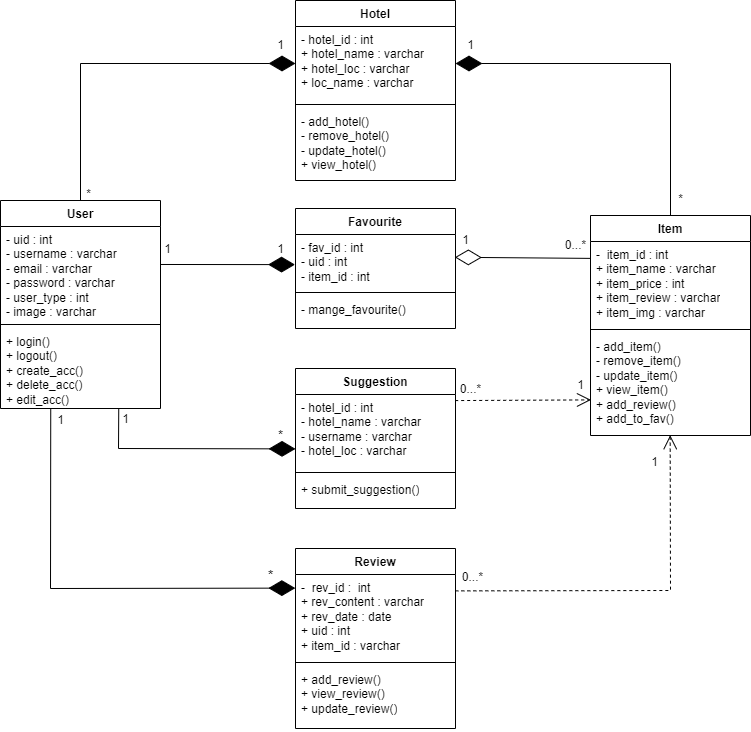
The draw.io diagram docs/FINAL DOCUMENTATION/UML DIAGRAMS/Class/Class Diagram.drawio.png in darshan-dinesh-mp/eatables, before a commit. Source tidied: cells renumbered, new cells last; positions are measured from the earlier drawing's top-left corner, leaving out a move shared by most shapes. The source it was exported from:
```xml
<mxGraphModel>
  <root>
    <mxCell id="0" />
    <mxCell id="1" parent="0" />
    <mxCell id="2" value="Suggestion" style="swimlane;fontStyle=1;align=center;verticalAlign=top;horizontal=1;startSize=26;whiteSpace=wrap;html=1;" parent="1" vertex="1">
      <mxGeometry x="295" y="368" width="160" height="140" as="geometry" />
    </mxCell>
    <mxCell id="3" value="- hotel_id : int&lt;br&gt;- hotel_name : varchar&lt;br&gt;- username : varchar&lt;br&gt;- hotel_loc : varchar&lt;span style=&quot;white-space: pre;&quot;&gt; &lt;/span&gt;" style="text;strokeColor=none;fillColor=none;align=left;verticalAlign=top;spacingLeft=4;spacingRight=4;overflow=hidden;points=[[0,0.5],[1,0.5]];portConstraint=eastwest;whiteSpace=wrap;html=1;" parent="2" vertex="1">
      <mxGeometry y="26" width="160" height="74" as="geometry" />
    </mxCell>
    <mxCell id="4" style="line;strokeWidth=1;fillColor=none;align=left;verticalAlign=middle;spacingTop=-1;spacingLeft=3;spacingRight=3;labelPosition=right;strokeColor=inherit;" parent="2" vertex="1">
      <mxGeometry y="100" width="160" height="8" as="geometry" />
    </mxCell>
    <mxCell id="5" value="+ submit_suggestion()" style="text;strokeColor=none;fillColor=none;align=left;verticalAlign=top;spacingLeft=4;spacingRight=4;overflow=hidden;whiteSpace=wrap;html=1;" parent="2" vertex="1">
      <mxGeometry y="108" width="160" height="32" as="geometry" />
    </mxCell>
    <mxCell id="6" value="User" style="swimlane;fontStyle=1;align=center;verticalAlign=top;horizontal=1;startSize=26;whiteSpace=wrap;html=1;" parent="1" vertex="1">
      <mxGeometry y="200" width="160" height="208" as="geometry" />
    </mxCell>
    <mxCell id="7" value="- uid : int&lt;br&gt;- username : varchar&lt;br&gt;- email : varchar&lt;br&gt;- password : varchar&lt;br&gt;- user_type : int&lt;br&gt;- image : varchar" style="text;strokeColor=none;fillColor=none;align=left;verticalAlign=top;spacingLeft=4;spacingRight=4;overflow=hidden;points=[[0,0.5],[1,0.5]];portConstraint=eastwest;whiteSpace=wrap;html=1;" parent="6" vertex="1">
      <mxGeometry y="26" width="160" height="94" as="geometry" />
    </mxCell>
    <mxCell id="8" style="line;strokeWidth=1;fillColor=none;align=left;verticalAlign=middle;spacingTop=-1;spacingLeft=3;spacingRight=3;labelPosition=right;strokeColor=inherit;" parent="6" vertex="1">
      <mxGeometry y="120" width="160" height="8" as="geometry" />
    </mxCell>
    <mxCell id="9" value="+ login()&lt;br&gt;+ logout()&lt;br&gt;+ create_acc()&lt;br&gt;+ delete_acc()&lt;br&gt;+ edit_acc()" style="text;strokeColor=none;fillColor=none;align=left;verticalAlign=top;spacingLeft=4;spacingRight=4;overflow=hidden;points=[[0,0.5],[1,0.5]];portConstraint=eastwest;whiteSpace=wrap;html=1;" parent="6" vertex="1">
      <mxGeometry y="128" width="160" height="80" as="geometry" />
    </mxCell>
    <mxCell id="10" value="Favourite" style="swimlane;fontStyle=1;align=center;verticalAlign=top;horizontal=1;startSize=26;whiteSpace=wrap;html=1;" parent="1" vertex="1">
      <mxGeometry x="295" y="208" width="160" height="120" as="geometry" />
    </mxCell>
    <mxCell id="11" value="- fav_id : int&lt;br&gt;- uid : int&lt;br&gt;- item_id : int" style="text;strokeColor=none;fillColor=none;align=left;verticalAlign=top;spacingLeft=4;spacingRight=4;overflow=hidden;points=[[0,0.5],[1,0.5]];portConstraint=eastwest;whiteSpace=wrap;html=1;" parent="10" vertex="1">
      <mxGeometry y="26" width="160" height="54" as="geometry" />
    </mxCell>
    <mxCell id="12" style="line;strokeWidth=1;fillColor=none;align=left;verticalAlign=middle;spacingTop=-1;spacingLeft=3;spacingRight=3;labelPosition=right;strokeColor=inherit;" parent="10" vertex="1">
      <mxGeometry y="80" width="160" height="8" as="geometry" />
    </mxCell>
    <mxCell id="13" value="- mange_favourite()" style="text;strokeColor=none;fillColor=none;align=left;verticalAlign=top;spacingLeft=4;spacingRight=4;overflow=hidden;whiteSpace=wrap;html=1;" parent="10" vertex="1">
      <mxGeometry y="88" width="160" height="32" as="geometry" />
    </mxCell>
    <mxCell id="14" value="Hotel" style="swimlane;fontStyle=1;align=center;verticalAlign=top;horizontal=1;startSize=26;whiteSpace=wrap;html=1;" parent="1" vertex="1">
      <mxGeometry x="295" width="160" height="180" as="geometry" />
    </mxCell>
    <mxCell id="15" value="- hotel_id : int&lt;br&gt;+ hotel_name : varchar&lt;br&gt;+ hotel_loc : varchar&lt;br&gt;+ loc_name : varchar" style="text;strokeColor=none;fillColor=none;align=left;verticalAlign=top;spacingLeft=4;spacingRight=4;overflow=hidden;points=[[0,0.5],[1,0.5]];portConstraint=eastwest;whiteSpace=wrap;html=1;" parent="14" vertex="1">
      <mxGeometry y="26" width="160" height="74" as="geometry" />
    </mxCell>
    <mxCell id="16" style="line;strokeWidth=1;fillColor=none;align=left;verticalAlign=middle;spacingTop=-1;spacingLeft=3;spacingRight=3;labelPosition=right;strokeColor=inherit;" parent="14" vertex="1">
      <mxGeometry y="100" width="160" height="8" as="geometry" />
    </mxCell>
    <mxCell id="17" value="- add_hotel()&lt;br&gt;- remove_hotel()&lt;br&gt;- update_hotel()&lt;br&gt;+ view_hotel()" style="text;strokeColor=none;fillColor=none;align=left;verticalAlign=top;spacingLeft=4;spacingRight=4;overflow=hidden;whiteSpace=wrap;html=1;" parent="14" vertex="1">
      <mxGeometry y="108" width="160" height="72" as="geometry" />
    </mxCell>
    <mxCell id="18" value="Item" style="swimlane;fontStyle=1;align=center;verticalAlign=top;horizontal=1;startSize=26;whiteSpace=wrap;html=1;" parent="1" vertex="1">
      <mxGeometry x="590" y="215" width="160" height="220" as="geometry" />
    </mxCell>
    <mxCell id="19" value="-&amp;nbsp; item_id : int&lt;br&gt;+ item_name : varchar&lt;br&gt;+ item_price : int&lt;br&gt;+ item_review : varchar&lt;br&gt;+ item_img : varchar" style="text;strokeColor=none;fillColor=none;align=left;verticalAlign=top;spacingLeft=4;spacingRight=4;overflow=hidden;points=[[0,0.5],[1,0.5]];portConstraint=eastwest;whiteSpace=wrap;html=1;" parent="18" vertex="1">
      <mxGeometry y="26" width="160" height="84" as="geometry" />
    </mxCell>
    <mxCell id="20" style="line;strokeWidth=1;fillColor=none;align=left;verticalAlign=middle;spacingTop=-1;spacingLeft=3;spacingRight=3;labelPosition=right;strokeColor=inherit;" parent="18" vertex="1">
      <mxGeometry y="110" width="160" height="8" as="geometry" />
    </mxCell>
    <mxCell id="21" value="- add_item()&lt;br&gt;- remove_item()&lt;br&gt;- update_item()&lt;br&gt;+ view_item()&lt;br&gt;+ add_review()&lt;br&gt;+ add_to_fav()" style="text;strokeColor=none;fillColor=none;align=left;verticalAlign=top;spacingLeft=4;spacingRight=4;overflow=hidden;points=[[0,0.5],[1,0.5]];portConstraint=eastwest;whiteSpace=wrap;html=1;" parent="18" vertex="1">
      <mxGeometry y="118" width="160" height="102" as="geometry" />
    </mxCell>
    <mxCell id="22" value="Review" style="swimlane;fontStyle=1;align=center;verticalAlign=top;horizontal=1;startSize=26;whiteSpace=wrap;html=1;" parent="1" vertex="1">
      <mxGeometry x="295" y="548" width="160" height="180" as="geometry" />
    </mxCell>
    <mxCell id="23" value="-&amp;nbsp; rev_id :&amp;nbsp; int&lt;br&gt;+ rev_content : varchar&lt;br&gt;+ rev_date : date&lt;br&gt;+ uid : int&lt;br&gt;+ item_id : varchar" style="text;strokeColor=none;fillColor=none;align=left;verticalAlign=top;spacingLeft=4;spacingRight=4;overflow=hidden;points=[[0,0.5],[1,0.5]];portConstraint=eastwest;whiteSpace=wrap;html=1;" parent="22" vertex="1">
      <mxGeometry y="26" width="160" height="84" as="geometry" />
    </mxCell>
    <mxCell id="24" style="line;strokeWidth=1;fillColor=none;align=left;verticalAlign=middle;spacingTop=-1;spacingLeft=3;spacingRight=3;labelPosition=right;strokeColor=inherit;" parent="22" vertex="1">
      <mxGeometry y="110" width="160" height="8" as="geometry" />
    </mxCell>
    <mxCell id="25" value="+ add_review()&lt;br&gt;+ view_review()&lt;br&gt;+ update_review()" style="text;strokeColor=none;fillColor=none;align=left;verticalAlign=top;spacingLeft=4;spacingRight=4;overflow=hidden;whiteSpace=wrap;html=1;" parent="22" vertex="1">
      <mxGeometry y="118" width="160" height="62" as="geometry" />
    </mxCell>
    <mxCell id="26" style="endArrow=diamondThin;endFill=1;endSize=24;html=1;rounded=0;exitX=0.5;exitY=0;exitDx=0;exitDy=0;entryX=0;entryY=0.5;entryDx=0;entryDy=0;" parent="1" edge="1" source="6" target="15">
      <mxGeometry relative="1" as="geometry">
        <Array as="points">
          <mxPoint x="80" y="63" />
        </Array>
      </mxGeometry>
    </mxCell>
    <mxCell id="27" value="*" style="text;html=1;align=center;verticalAlign=middle;strokeColor=none;fillColor=none;" parent="1" vertex="1">
      <mxGeometry x="73" y="179" width="30" height="30" as="geometry" />
    </mxCell>
    <mxCell id="28" value="1" style="text;html=1;align=center;verticalAlign=middle;strokeColor=none;fillColor=none;" parent="1" vertex="1">
      <mxGeometry x="265" y="30" width="30" height="30" as="geometry" />
    </mxCell>
    <mxCell id="29" style="endArrow=diamondThin;endFill=1;endSize=24;html=1;rounded=0;exitX=0.5;exitY=0;exitDx=0;exitDy=0;entryX=1;entryY=0.5;entryDx=0;entryDy=0;" parent="1" edge="1" source="18" target="15">
      <mxGeometry relative="1" as="geometry">
        <Array as="points">
          <mxPoint x="670" y="63" />
        </Array>
      </mxGeometry>
    </mxCell>
    <mxCell id="30" value="1" style="text;html=1;align=center;verticalAlign=middle;strokeColor=none;fillColor=none;" parent="1" vertex="1">
      <mxGeometry x="455" y="30" width="30" height="30" as="geometry" />
    </mxCell>
    <mxCell id="31" value="*" style="text;html=1;align=center;verticalAlign=middle;strokeColor=none;fillColor=none;" parent="1" vertex="1">
      <mxGeometry x="665" y="184" width="30" height="30" as="geometry" />
    </mxCell>
    <mxCell id="32" style="endArrow=diamondThin;endFill=1;endSize=24;html=1;rounded=0;exitX=0.739;exitY=1.001;exitDx=0;exitDy=0;exitPerimeter=0;entryX=0;entryY=0.735;entryDx=0;entryDy=0;entryPerimeter=0;" parent="1" edge="1" source="9" target="3">
      <mxGeometry relative="1" as="geometry">
        <Array as="points">
          <mxPoint x="118" y="448" />
        </Array>
      </mxGeometry>
    </mxCell>
    <mxCell id="33" value="&lt;font style=&quot;font-size: 13px;&quot;&gt;*&lt;/font&gt;" style="text;html=1;align=center;verticalAlign=middle;strokeColor=none;fillColor=none;strokeWidth=1;" parent="1" vertex="1">
      <mxGeometry x="265" y="420" width="30" height="30" as="geometry" />
    </mxCell>
    <mxCell id="34" value="1" style="text;html=1;align=center;verticalAlign=middle;strokeColor=none;fillColor=none;" parent="1" vertex="1">
      <mxGeometry x="110" y="404" width="30" height="30" as="geometry" />
    </mxCell>
    <mxCell id="35" value="1" style="text;html=1;align=center;verticalAlign=middle;strokeColor=none;fillColor=none;" parent="1" vertex="1">
      <mxGeometry x="152" y="234" width="30" height="30" as="geometry" />
    </mxCell>
    <mxCell id="36" style="endArrow=diamondThin;endFill=1;endSize=24;html=1;rounded=0;exitX=1.001;exitY=0.404;exitDx=0;exitDy=0;exitPerimeter=0;entryX=0.984;entryY=1.004;entryDx=0;entryDy=0;entryPerimeter=0;" parent="1" edge="1" source="7" target="37">
      <mxGeometry relative="1" as="geometry" />
    </mxCell>
    <mxCell id="37" value="1" style="text;html=1;align=center;verticalAlign=middle;points=[];strokeColor=none;fillColor=none;" parent="1" vertex="1">
      <mxGeometry x="265" y="234" width="30" height="30" as="geometry" />
    </mxCell>
    <mxCell id="38" style="endArrow=diamondThin;endFill=1;endSize=24;html=1;rounded=0;exitX=0.314;exitY=0.998;exitDx=0;exitDy=0;exitPerimeter=0;entryX=-0.001;entryY=0.162;entryDx=0;entryDy=0;entryPerimeter=0;" parent="1" edge="1" source="9" target="23">
      <mxGeometry relative="1" as="geometry">
        <Array as="points">
          <mxPoint x="50" y="588" />
        </Array>
      </mxGeometry>
    </mxCell>
    <mxCell id="39" value="1" style="text;html=1;align=center;verticalAlign=middle;strokeColor=none;fillColor=none;" parent="1" vertex="1">
      <mxGeometry x="45" y="405" width="30" height="30" as="geometry" />
    </mxCell>
    <mxCell id="40" value="*" style="text;html=1;align=center;verticalAlign=middle;strokeColor=none;fillColor=none;fontSize=14;" parent="1" vertex="1">
      <mxGeometry x="255" y="560" width="30" height="30" as="geometry" />
    </mxCell>
    <mxCell id="41" style="endArrow=diamondThin;endFill=0;endSize=24;html=1;rounded=0;exitX=-0.002;exitY=0.201;exitDx=0;exitDy=0;exitPerimeter=0;entryX=0.996;entryY=0.422;entryDx=0;entryDy=0;entryPerimeter=0;" parent="1" edge="1" source="19" target="11">
      <mxGeometry relative="1" as="geometry" />
    </mxCell>
    <mxCell id="42" value="1" style="text;html=1;align=center;verticalAlign=middle;strokeColor=none;fillColor=none;" parent="1" vertex="1">
      <mxGeometry x="450" y="225" width="30" height="30" as="geometry" />
    </mxCell>
    <mxCell id="43" value="0...*" style="text;html=1;align=center;verticalAlign=middle;strokeColor=none;fillColor=none;" parent="1" vertex="1">
      <mxGeometry x="550" y="230" width="50" height="30" as="geometry" />
    </mxCell>
    <mxCell id="44" style="endArrow=open;endFill=1;endSize=12;html=1;rounded=0;exitX=0.998;exitY=0.082;exitDx=0;exitDy=0;exitPerimeter=0;entryX=0.003;entryY=0.651;entryDx=0;entryDy=0;entryPerimeter=0;dashed=1;" parent="1" edge="1" source="3" target="21">
      <mxGeometry relative="1" as="geometry" />
    </mxCell>
    <mxCell id="45" value="1" style="text;html=1;align=center;verticalAlign=middle;strokeColor=none;fillColor=none;" parent="1" vertex="1">
      <mxGeometry x="565" y="370" width="30" height="30" as="geometry" />
    </mxCell>
    <mxCell id="46" value="0...*" style="text;html=1;align=center;verticalAlign=middle;strokeColor=none;fillColor=none;" parent="1" vertex="1">
      <mxGeometry x="445" y="374" width="50" height="30" as="geometry" />
    </mxCell>
    <mxCell id="47" style="endArrow=open;endFill=1;endSize=12;html=1;rounded=0;exitX=0.999;exitY=0.195;exitDx=0;exitDy=0;exitPerimeter=0;entryX=0.498;entryY=0.997;entryDx=0;entryDy=0;entryPerimeter=0;dashed=1;" parent="1" edge="1" source="23" target="21">
      <mxGeometry relative="1" as="geometry">
        <Array as="points">
          <mxPoint x="670" y="590" />
        </Array>
      </mxGeometry>
    </mxCell>
    <mxCell id="48" value="0...*" style="text;html=1;align=center;verticalAlign=middle;strokeColor=none;fillColor=none;" parent="1" vertex="1">
      <mxGeometry x="447" y="562" width="50" height="30" as="geometry" />
    </mxCell>
    <mxCell id="49" value="1" style="text;html=1;align=center;verticalAlign=middle;strokeColor=none;fillColor=none;" parent="1" vertex="1">
      <mxGeometry x="639" y="447" width="30" height="30" as="geometry" />
    </mxCell>
  </root>
</mxGraphModel>
```
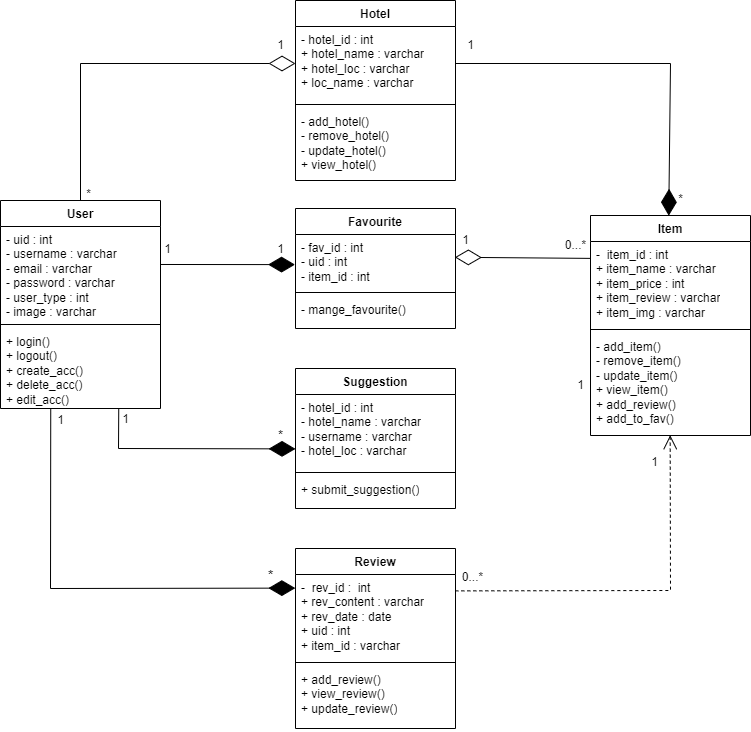
After the commit.

Change to the diagram source:
```diff
@@ -74,7 +74,7 @@
     <mxCell id="25" value="+ add_review()&lt;br&gt;+ view_review()&lt;br&gt;+ update_review()" style="text;strokeColor=none;fillColor=none;align=left;verticalAlign=top;spacingLeft=4;spacingRight=4;overflow=hidden;whiteSpace=wrap;html=1;" parent="22" vertex="1">
       <mxGeometry y="118" width="160" height="62" as="geometry" />
     </mxCell>
-    <mxCell id="26" style="endArrow=diamondThin;endFill=1;endSize=24;html=1;rounded=0;exitX=0.5;exitY=0;exitDx=0;exitDy=0;entryX=0;entryY=0.5;entryDx=0;entryDy=0;" parent="1" edge="1" source="6" target="15">
+    <mxCell id="26" style="endArrow=diamondThin;endFill=0;endSize=24;html=1;rounded=0;exitX=0.5;exitY=0;exitDx=0;exitDy=0;entryX=0;entryY=0.5;entryDx=0;entryDy=0;" parent="1" edge="1" source="6" target="15">
       <mxGeometry relative="1" as="geometry">
         <Array as="points">
           <mxPoint x="80" y="63" />
@@ -87,7 +87,7 @@
     <mxCell id="28" value="1" style="text;html=1;align=center;verticalAlign=middle;strokeColor=none;fillColor=none;" parent="1" vertex="1">
       <mxGeometry x="265" y="30" width="30" height="30" as="geometry" />
     </mxCell>
-    <mxCell id="29" style="endArrow=diamondThin;endFill=1;endSize=24;html=1;rounded=0;exitX=0.5;exitY=0;exitDx=0;exitDy=0;entryX=1;entryY=0.5;entryDx=0;entryDy=0;" parent="1" edge="1" source="18" target="15">
+    <mxCell id="29" style="endArrow=none;endFill=0;endSize=24;html=1;rounded=0;exitX=0.489;exitY=0.001;exitDx=0;exitDy=0;entryX=1;entryY=0.5;entryDx=0;entryDy=0;startArrow=diamondThin;startFill=1;exitPerimeter=0;targetPerimeterSpacing=0;sourcePerimeterSpacing=0;startSize=24;" parent="1" edge="1" source="18" target="15">
       <mxGeometry relative="1" as="geometry">
         <Array as="points">
           <mxPoint x="670" y="63" />
@@ -144,15 +144,9 @@
     <mxCell id="43" value="0...*" style="text;html=1;align=center;verticalAlign=middle;strokeColor=none;fillColor=none;" parent="1" vertex="1">
       <mxGeometry x="550" y="230" width="50" height="30" as="geometry" />
     </mxCell>
-    <mxCell id="44" style="endArrow=open;endFill=1;endSize=12;html=1;rounded=0;exitX=0.998;exitY=0.082;exitDx=0;exitDy=0;exitPerimeter=0;entryX=0.003;entryY=0.651;entryDx=0;entryDy=0;entryPerimeter=0;dashed=1;" parent="1" edge="1" source="3" target="21">
-      <mxGeometry relative="1" as="geometry" />
-    </mxCell>
     <mxCell id="45" value="1" style="text;html=1;align=center;verticalAlign=middle;strokeColor=none;fillColor=none;" parent="1" vertex="1">
       <mxGeometry x="565" y="370" width="30" height="30" as="geometry" />
     </mxCell>
-    <mxCell id="46" value="0...*" style="text;html=1;align=center;verticalAlign=middle;strokeColor=none;fillColor=none;" parent="1" vertex="1">
-      <mxGeometry x="445" y="374" width="50" height="30" as="geometry" />
-    </mxCell>
     <mxCell id="47" style="endArrow=open;endFill=1;endSize=12;html=1;rounded=0;exitX=0.999;exitY=0.195;exitDx=0;exitDy=0;exitPerimeter=0;entryX=0.498;entryY=0.997;entryDx=0;entryDy=0;entryPerimeter=0;dashed=1;" parent="1" edge="1" source="23" target="21">
       <mxGeometry relative="1" as="geometry">
         <Array as="points">
```
